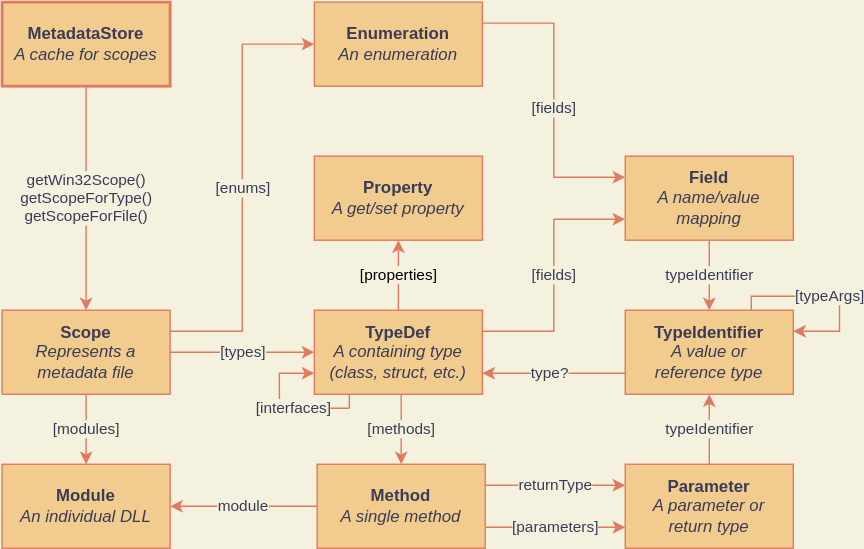
Above: metadata.drawio.svg in halildurmus/win32 (draw.io), before the change. Source tidied: cells renumbered, new cells last; positions are measured from the earlier drawing's top-left corner, leaving out a move shared by most shapes.
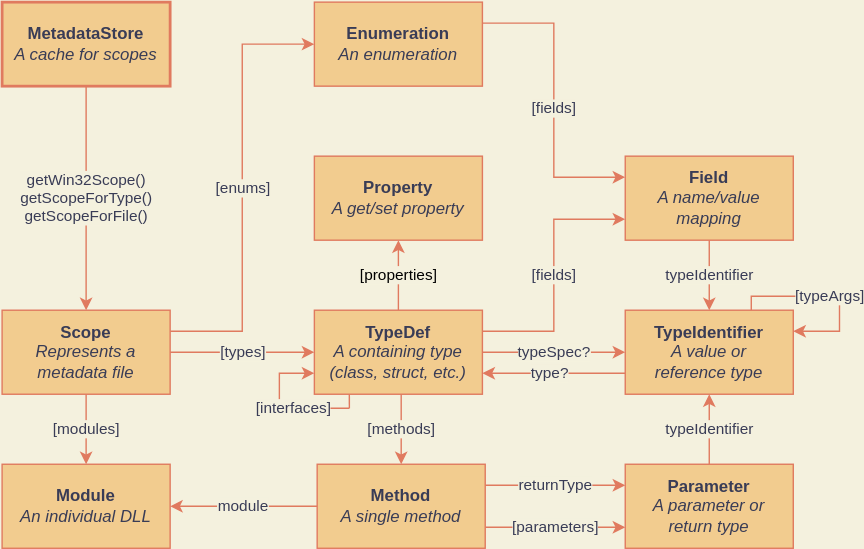
Later version of the same file.

Diff of the diagram source:
```diff
@@ -104,5 +104,8 @@
     <mxCell id="28" value="&lt;b&gt;Property&lt;br&gt;&lt;/b&gt;&lt;i&gt;A get/set property&lt;/i&gt;" style="whiteSpace=wrap;html=1;fillColor=#F2CC8F;strokeColor=#E07A5F;fontColor=#393C56;" parent="1" vertex="1">
       <mxGeometry x="223" y="110" width="120" height="60" as="geometry" />
     </mxCell>
+    <mxCell id="29" value="typeSpec?" style="edgeStyle=orthogonalEdgeStyle;rounded=0;jettySize=auto;html=1;exitX=1;exitY=0.5;exitDx=0;exitDy=0;strokeColor=#E07A5F;fontColor=#393C56;labelBackgroundColor=#F4F1DE;entryX=0;entryY=0.5;entryDx=0;entryDy=0;" parent="1" edge="1" source="10" target="18">
+      <mxGeometry relative="1" as="geometry" />
+    </mxCell>
   </root>
 </mxGraphModel>
```
